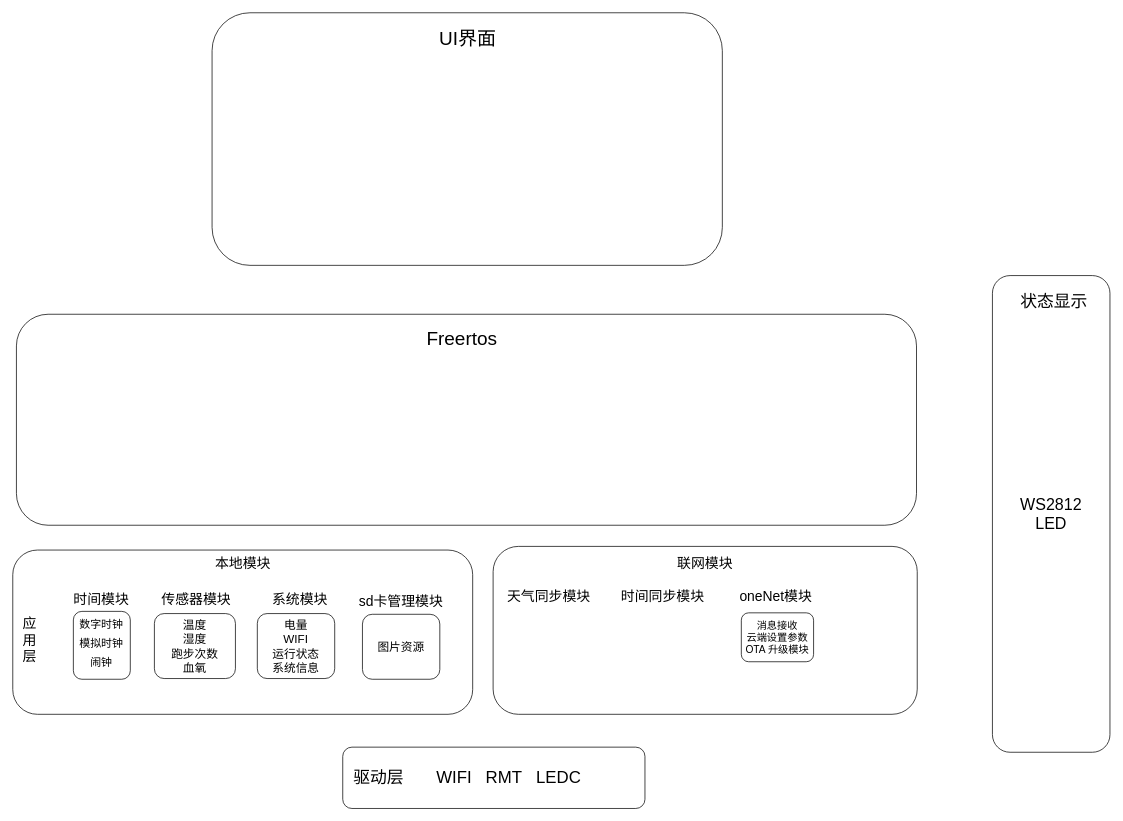
Before: Decision_Log/design_concept/ESP32_WATCH_IOT_diagram.drawio in KatagiriNanase/ESP32_WATCH_IOT, a draw.io diagram. Source tidied: cells renumbered, new cells numbered last; positions are measured from the earlier drawing's top-left corner, leaving out a move shared by most shapes. Both pictures are drawn from the tidied source at 73%, with x=0, y=0 at pixel (12, 12).
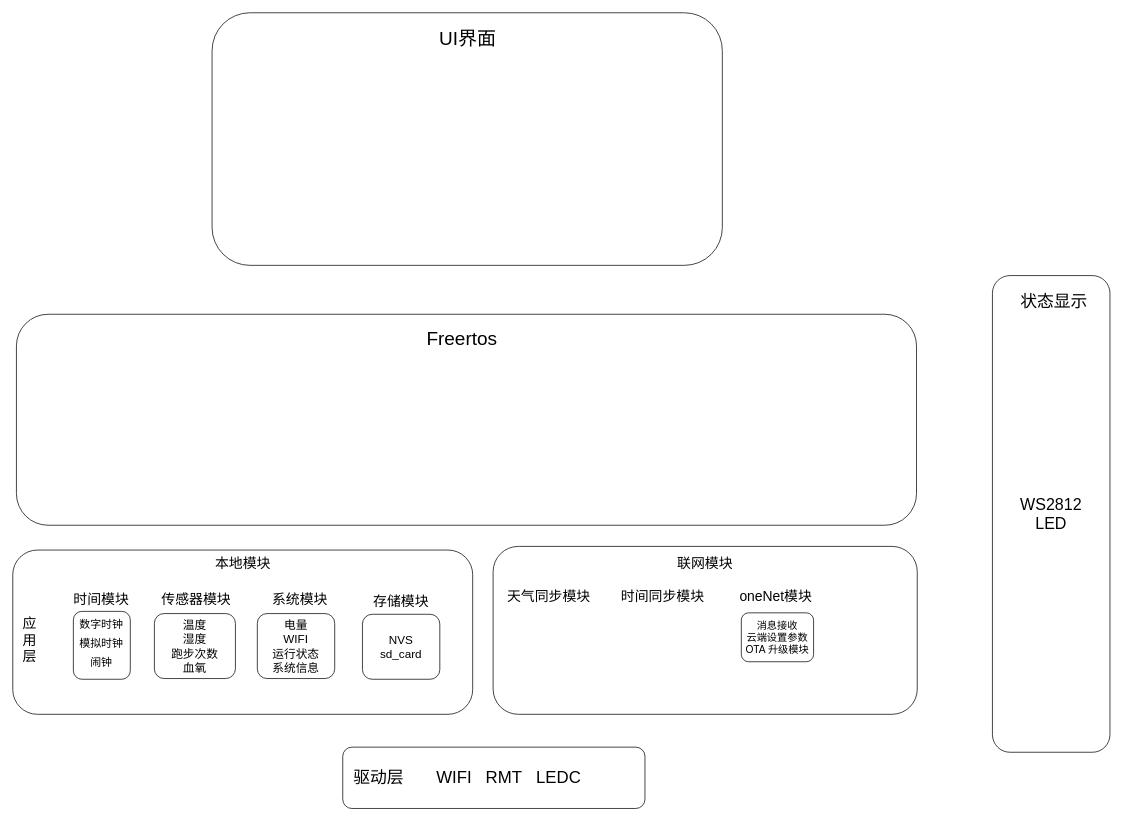
The same page after the edit.

What changed in the source:
```diff
@@
-    <mxCell id="13" value="sd卡管理模块" style="text;strokeColor=none;align=center;fillColor=none;html=1;verticalAlign=middle;whiteSpace=wrap;rounded=0;fontSize=19;" parent="1" vertex="1">
+    <mxCell id="13" value="存储模块" style="text;strokeColor=none;align=center;fillColor=none;html=1;verticalAlign=middle;whiteSpace=wrap;rounded=0;fontSize=19;" parent="1" vertex="1">
       <mxGeometry x="464" y="792" width="136" height="30" as="geometry" />
     </mxCell>
@@
-    <mxCell id="16" value="&lt;span style=&quot;font-size: 16px;&quot;&gt;图片资源&lt;/span&gt;" style="rounded=1;whiteSpace=wrap;html=1;fillColor=none;" parent="1" vertex="1">
+    <mxCell id="16" value="&lt;span style=&quot;font-size: 16px;&quot;&gt;NVS&lt;/span&gt;&lt;div&gt;&lt;span style=&quot;font-size: 16px;&quot;&gt;sd_card&lt;/span&gt;&lt;/div&gt;" style="rounded=1;whiteSpace=wrap;html=1;fillColor=none;" parent="1" vertex="1">
       <mxGeometry x="479" y="824" width="106" height="89" as="geometry" />
     </mxCell>
```
